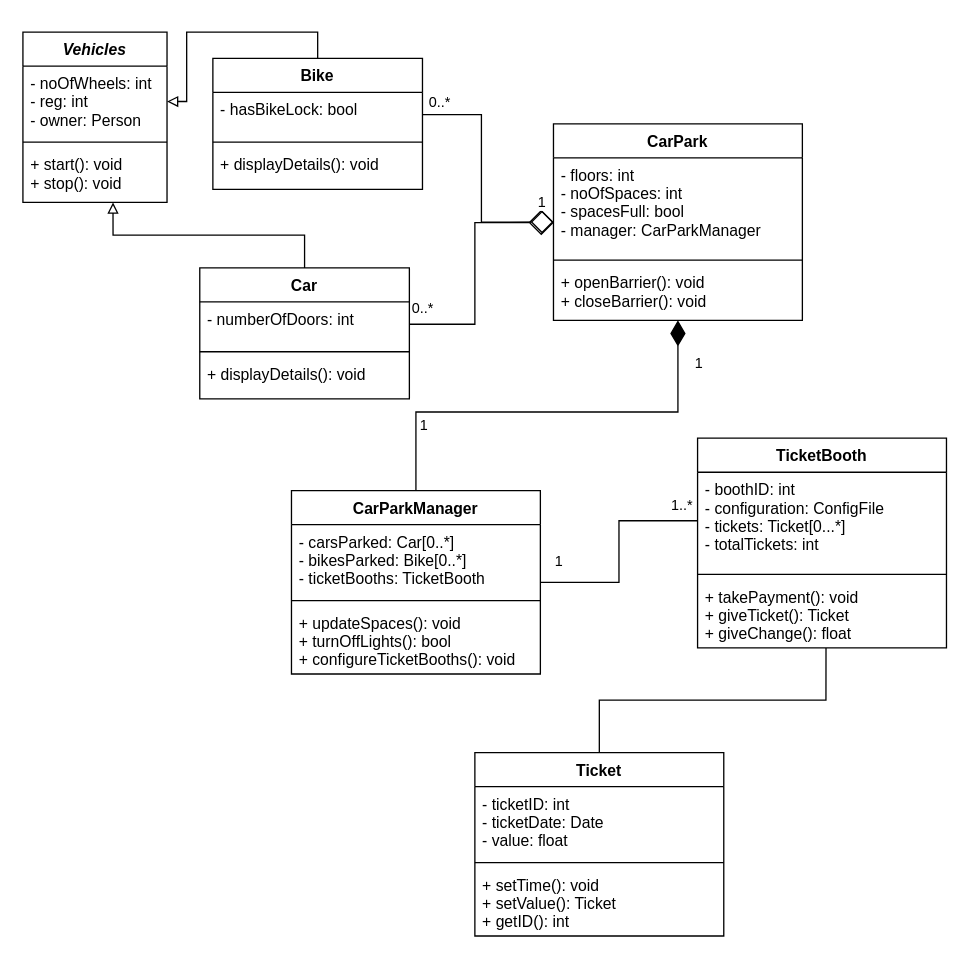
Above: CarPark.drawio in Two-ls/UML-examples (draw.io), before the change. Source tidied: cells renumbered, new cells numbered last; positions are measured from the earlier drawing's top-left corner, leaving out a move shared by most shapes. Both pictures are drawn from the tidied source at 131%, with x=0, y=0 at pixel (22, 31).
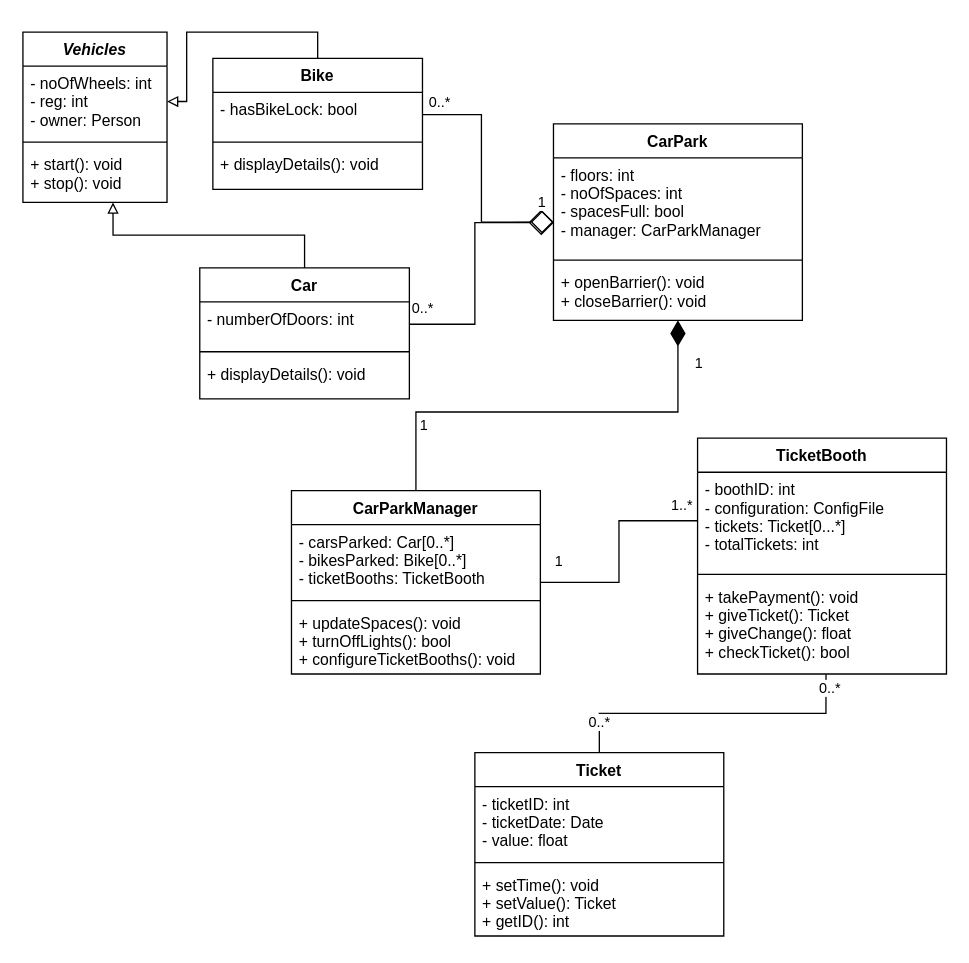
Above is the later version.

Unchanged cells that the change refers to:
```xml
<mxCell id="39" style="edgeStyle=orthogonalEdgeStyle;rounded=0;jettySize=auto;html=1;exitX=0.5;exitY=0;exitDx=0;exitDy=0;entryX=0.516;entryY=1.004;entryDx=0;entryDy=0;entryPerimeter=0;startArrow=none;startFill=0;startSize=17;endArrow=none;endFill=0;endSize=17;strokeWidth=1;" parent="1" edge="1" source="40" target="38">
  <mxGeometry relative="1" as="geometry" />
</mxCell>
```

Change to the diagram source:
```diff
@@
     <mxCell id="35" value="TicketBooth" style="swimlane;fontStyle=1;align=center;verticalAlign=top;horizontal=1;startSize=26;" parent="1" vertex="1">
-      <mxGeometry x="515" y="310" width="190" height="160" as="geometry" />
+      <mxGeometry x="515" y="310" width="190" height="180" as="geometry" />
     </mxCell>
@@
-    <mxCell id="38" value="+ takePayment(): void&#10;+ giveTicket(): Ticket&#10;+ giveChange(): float&#10;&#10;" style="text;strokeColor=none;fillColor=none;align=left;verticalAlign=top;spacingLeft=4;spacingRight=4;overflow=hidden;points=[[0,0.5],[1,0.5]];portConstraint=eastwest;fontStyle=0;" parent="35" vertex="1">
-      <mxGeometry y="108" width="190" height="52" as="geometry" />
+    <mxCell id="38" value="+ takePayment(): void&#10;+ giveTicket(): Ticket&#10;+ giveChange(): float&#10;+ checkTicket(): bool&#10;" style="text;strokeColor=none;fillColor=none;align=left;verticalAlign=top;spacingLeft=4;spacingRight=4;overflow=hidden;points=[[0,0.5],[1,0.5]];portConstraint=eastwest;fontStyle=0;" parent="35" vertex="1">
+      <mxGeometry y="108" width="190" height="72" as="geometry" />
     </mxCell>
@@
+    <mxCell id="44" value="0..*" style="edgeLabel;html=1;align=center;verticalAlign=middle;" parent="39" vertex="1">
+      <mxGeometry x="-0.79" y="1" relative="1" as="geometry" />
+    </mxCell>
+    <mxCell id="45" value="0..*" style="edgeLabel;html=1;align=center;verticalAlign=middle;" parent="39" vertex="1">
+      <mxGeometry x="0.92" y="-2" relative="1" as="geometry" />
+    </mxCell>
```
